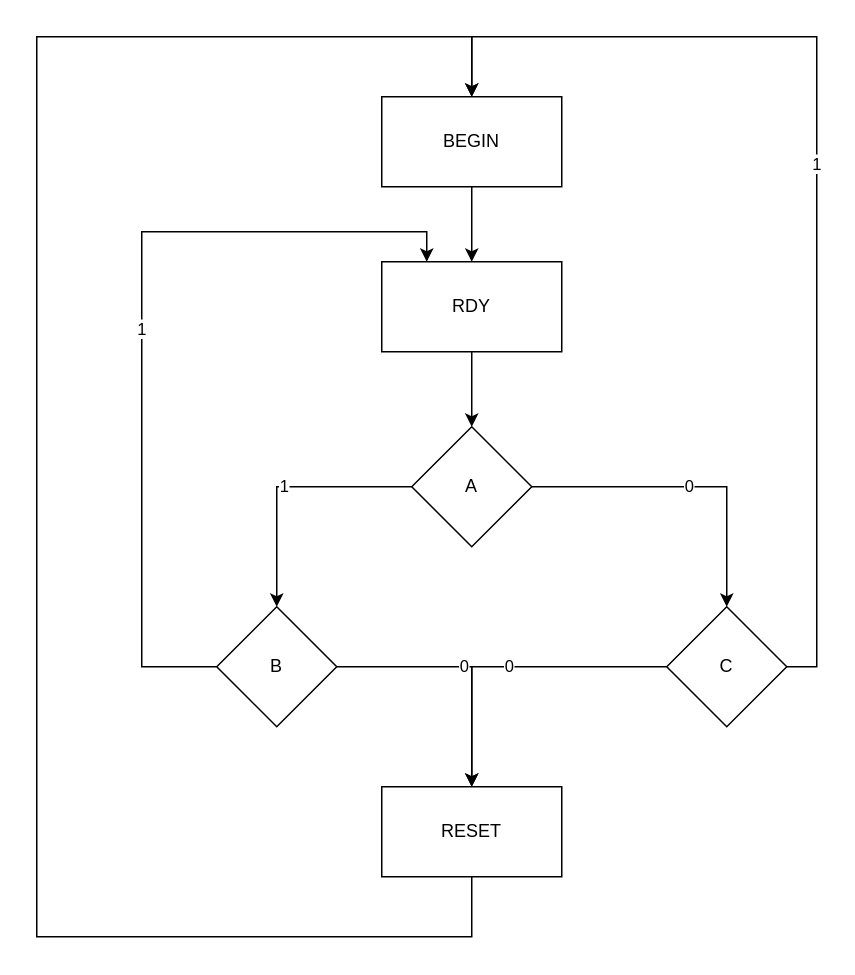
The draw.io diagram resources/test_4.drawio in jonahfoley/FSM.io, before the edit. Source tidied: cells renumbered, new cells numbered last; positions are measured from the earlier drawing's top-left corner, leaving out a move shared by most shapes. Both pictures are drawn from the tidied source at 150%, with x=0, y=0 at pixel (36, 36).
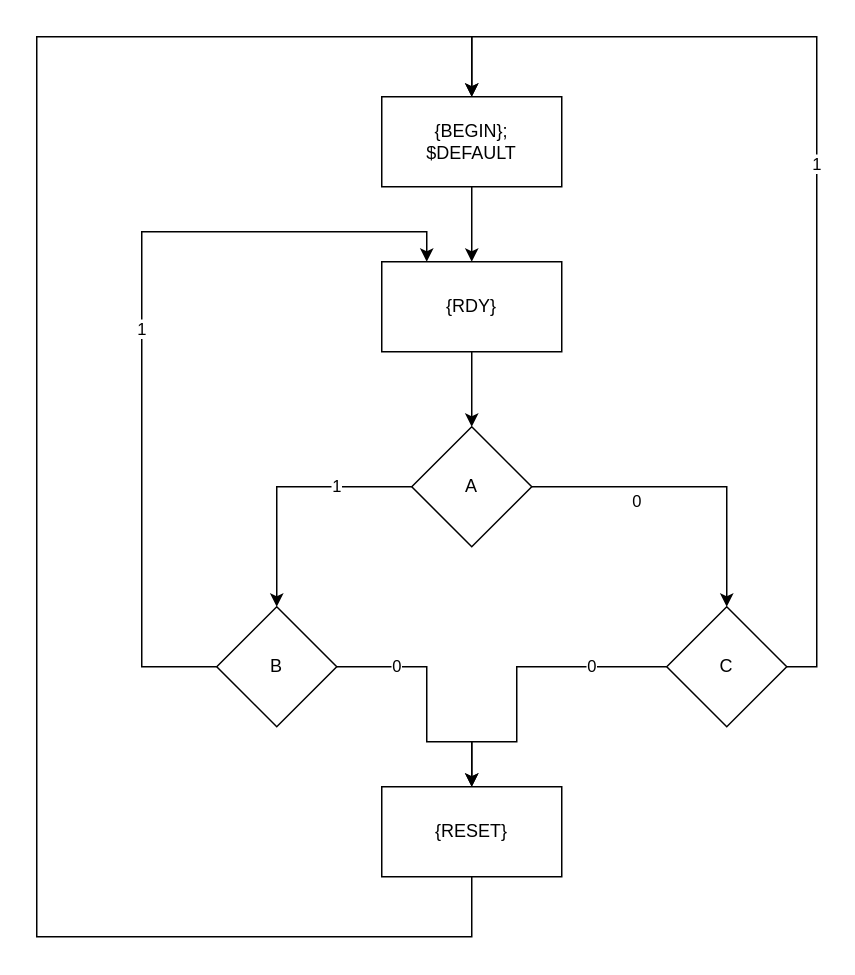
Above is the later version.

The change refers to these unchanged cells:
```xml
<mxCell id="6" value="A" style="rhombus;whiteSpace=wrap;html=1;" parent="1" vertex="1">
  <mxGeometry x="250" y="260" width="80" height="80" as="geometry" />
</mxCell>
<mxCell id="11" value="B" style="rhombus;whiteSpace=wrap;html=1;" parent="1" vertex="1">
  <mxGeometry x="120" y="380" width="80" height="80" as="geometry" />
</mxCell>
<mxCell id="14" value="C" style="rhombus;whiteSpace=wrap;html=1;" parent="1" vertex="1">
  <mxGeometry x="420" y="380" width="80" height="80" as="geometry" />
</mxCell>
```

Diff of the diagram source:
```diff
@@
-    <mxCell id="3" value="BEGIN" style="rounded=0;whiteSpace=wrap;html=1;" parent="1" vertex="1">
+    <mxCell id="3" value="{BEGIN};&lt;br&gt;$DEFAULT" style="rounded=0;whiteSpace=wrap;html=1;" parent="1" vertex="1">
       <mxGeometry x="230" y="40" width="120" height="60" as="geometry" />
     </mxCell>
     <mxCell id="4" value="1" style="edgeStyle=orthogonalEdgeStyle;rounded=0;jettySize=auto;html=1;exitX=0;exitY=0.5;exitDx=0;exitDy=0;entryX=0.5;entryY=0;entryDx=0;entryDy=0;" parent="1" edge="1" source="6" target="11">
-      <mxGeometry relative="1" as="geometry" />
+      <mxGeometry x="-0.41" relative="1" as="geometry" />
     </mxCell>
     <mxCell id="5" value="0" style="edgeStyle=orthogonalEdgeStyle;rounded=0;jettySize=auto;html=1;exitX=1;exitY=0.5;exitDx=0;exitDy=0;entryX=0.5;entryY=0;entryDx=0;entryDy=0;" parent="1" edge="1" source="6" target="14">
-      <mxGeometry relative="1" as="geometry" />
+      <mxGeometry x="-0.33" y="-10" relative="1" as="geometry" />
     </mxCell>
@@
-    <mxCell id="8" value="RDY" style="rounded=0;whiteSpace=wrap;html=1;" parent="1" vertex="1">
+    <mxCell id="8" value="{RDY}" style="rounded=0;whiteSpace=wrap;html=1;" parent="1" vertex="1">
       <mxGeometry x="230" y="150" width="120" height="60" as="geometry" />
     </mxCell>
@@
     <mxCell id="10" value="0" style="edgeStyle=orthogonalEdgeStyle;rounded=0;jettySize=auto;html=1;exitX=1;exitY=0.5;exitDx=0;exitDy=0;entryX=0.5;entryY=0;entryDx=0;entryDy=0;" parent="1" edge="1" source="11" target="16">
-      <mxGeometry relative="1" as="geometry" />
+      <mxGeometry x="-0.53" relative="1" as="geometry">
+        <Array as="points">
+          <mxPoint x="260" y="420" />
+          <mxPoint x="260" y="470" />
+          <mxPoint x="290" y="470" />
+        </Array>
+      </mxGeometry>
     </mxCell>
@@
     <mxCell id="13" value="0" style="edgeStyle=orthogonalEdgeStyle;rounded=0;jettySize=auto;html=1;exitX=0;exitY=0.5;exitDx=0;exitDy=0;entryX=0.5;entryY=0;entryDx=0;entryDy=0;" parent="1" edge="1" source="14" target="16">
-      <mxGeometry relative="1" as="geometry" />
+      <mxGeometry x="-0.52" relative="1" as="geometry">
+        <Array as="points">
+          <mxPoint x="320" y="420" />
+          <mxPoint x="320" y="470" />
+          <mxPoint x="290" y="470" />
+        </Array>
+      </mxGeometry>
     </mxCell>
@@
-    <mxCell id="16" value="RESET" style="rounded=0;whiteSpace=wrap;html=1;" parent="1" vertex="1">
+    <mxCell id="16" value="{RESET}" style="rounded=0;whiteSpace=wrap;html=1;" parent="1" vertex="1">
       <mxGeometry x="230" y="500" width="120" height="60" as="geometry" />
     </mxCell>
```
